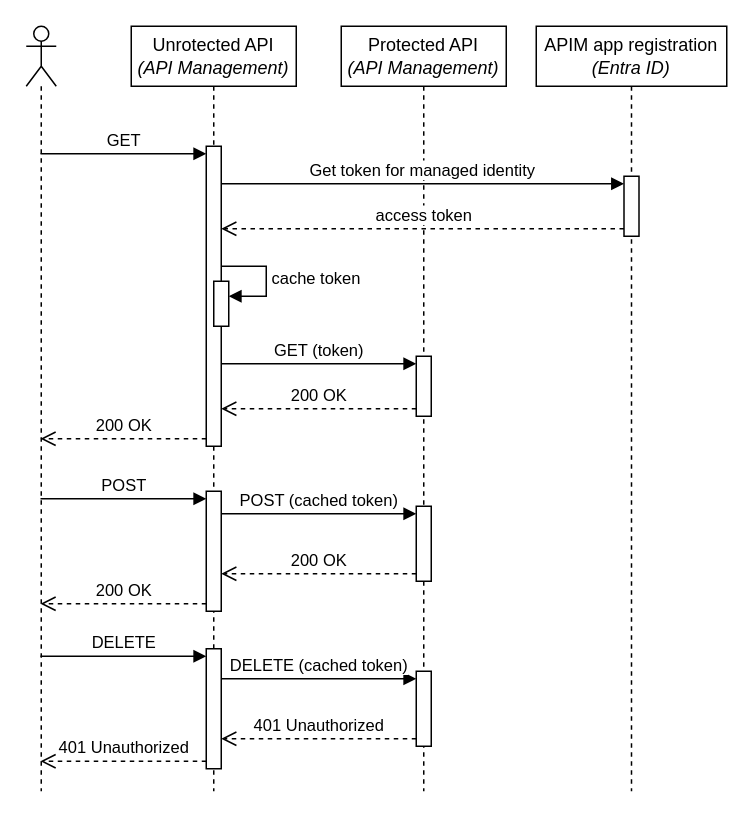
Earlier version of the draw.io diagram page "apim-to-apim" (2 of 10) of images/diagrams.drawio (ronaldbosma/call-apim-with-managed-identity). Source tidied: cells renumbered, new cells numbered last; positions are measured from the earlier drawing's top-left corner, leaving out a move shared by most shapes. Both pictures are drawn from the tidied source at 150%, with x=0, y=0 at pixel (26, 26).
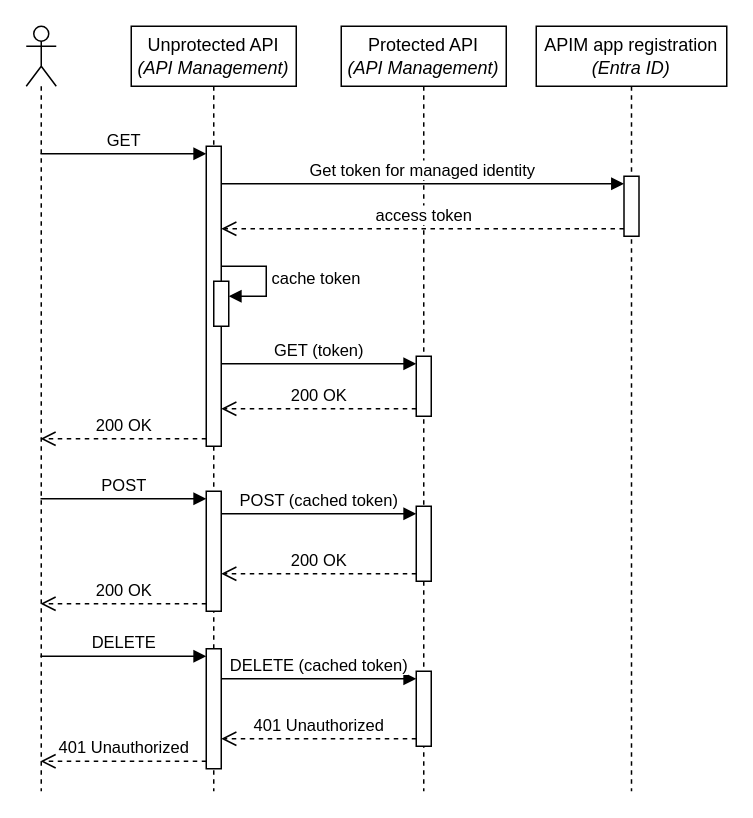
Above is the later version.

Commit message (it also covers changes not shown here):
Fix typo in sequence diagram

The edit, as a diff of the source:
```diff
@@
-    <mxCell id="2" value="Unrotected API&lt;div&gt;&lt;i&gt;(API Management)&lt;/i&gt;&lt;/div&gt;" style="shape=umlLifeline;perimeter=lifelinePerimeter;whiteSpace=wrap;html=1;newEdgeStyle={&quot;curved&quot;:0,&quot;rounded&quot;:0};" parent="1" vertex="1">
+    <mxCell id="2" value="Unprotected API&lt;div&gt;&lt;i&gt;(API Management)&lt;/i&gt;&lt;/div&gt;" style="shape=umlLifeline;perimeter=lifelinePerimeter;whiteSpace=wrap;html=1;newEdgeStyle={&quot;curved&quot;:0,&quot;rounded&quot;:0};" parent="1" vertex="1">
       <mxGeometry x="70" width="110" height="510" as="geometry" />
     </mxCell>
```
